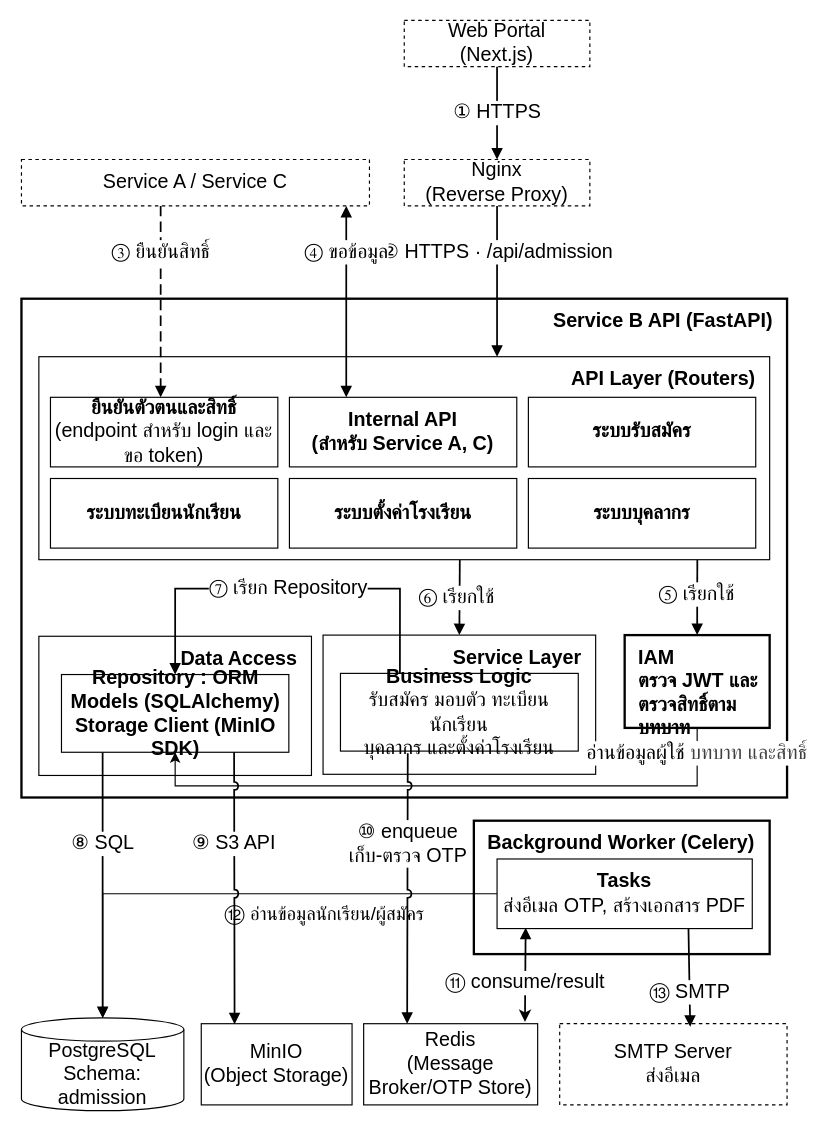
This is page "Service B (Component Diagram · ฉบับทางการ)" (5 of 5) of materials/doc/system-architecture.drawio from RealTiraqmisu/SchoolDark, a draw.io file, before an edit. Source tidied: cells renumbered, new cells numbered last; positions are measured from the earlier drawing's top-left corner, leaving out a move shared by most shapes. Both pictures are drawn from the tidied source at 116%, with x=0, y=0 at pixel (21, 20).
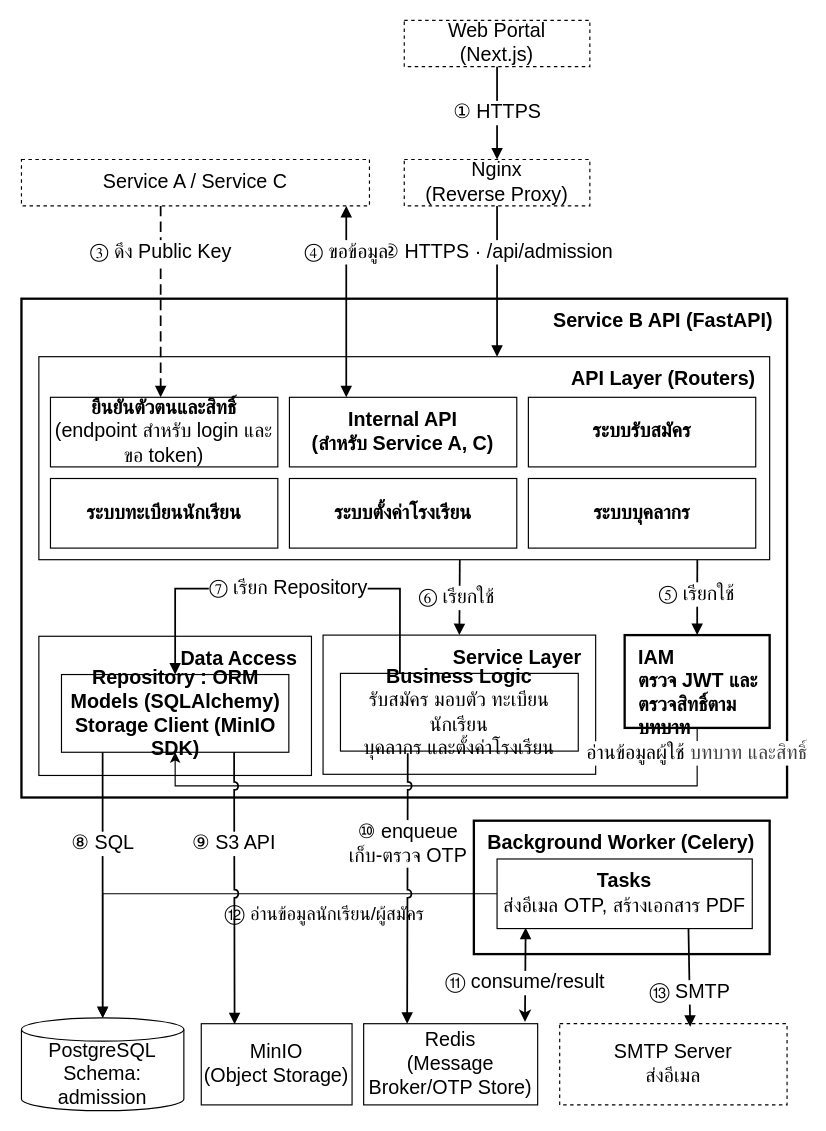
The same page after the edit.

Unchanged cells that the change refers to:
```xml
<mxCell id="5" value="Service A / Service C" style="rounded=0;whiteSpace=wrap;html=1;fillColor=#FFFFFF;strokeColor=#000000;strokeWidth=1;fontColor=#000000;fontFamily=TH SarabunPSK;fontSize=17;dashed=1;" parent="1" vertex="1">
  <mxGeometry y="120" width="300" height="40" as="geometry" />
</mxCell>
<mxCell id="7" value="&lt;b&gt;ยืนยันตัวตนและสิทธิ์&lt;/b&gt;&lt;div&gt;(endpoint สำหรับ login และขอ token)&lt;b&gt;&lt;/b&gt;&lt;/div&gt;" style="rounded=0;whiteSpace=wrap;html=1;fillColor=#FFFFFF;strokeColor=#000000;strokeWidth=1;fontColor=#000000;fontFamily=TH SarabunPSK;fontSize=17;" parent="1" vertex="1">
  <mxGeometry x="25" y="325" width="196" height="60" as="geometry" />
</mxCell>
```

The edit, as a diff of the source:
```diff
@@
-    <mxCell id="30" value="③ ยืนยันสิทธิ์" style="edgeStyle=orthogonalEdgeStyle;rounded=0;html=1;endArrow=block;endFill=1;strokeColor=#000000;strokeWidth=1.5;fontColor=#000000;fontSize=17;labelBackgroundColor=#FFFFFF;fontFamily=TH SarabunPSK;exitX=0.4;exitY=1;entryX=0.4846938775510204;entryY=0;exitDx=0;exitDy=0;entryDx=0;entryDy=0;dashed=1;dashPattern=6 3;" parent="1" edge="1" source="5" target="7">
+    <mxCell id="30" value="③ ดึง Public Key" style="edgeStyle=orthogonalEdgeStyle;rounded=0;html=1;endArrow=block;endFill=1;strokeColor=#000000;strokeWidth=1.5;fontColor=#000000;fontSize=17;labelBackgroundColor=#FFFFFF;fontFamily=TH SarabunPSK;exitX=0.4;exitY=1;entryX=0.4846938775510204;entryY=0;exitDx=0;exitDy=0;entryDx=0;entryDy=0;dashed=1;dashPattern=6 3;" parent="1" edge="1" source="5" target="7">
       <mxGeometry x="-0.52" relative="1" as="geometry" />
     </mxCell>
```
